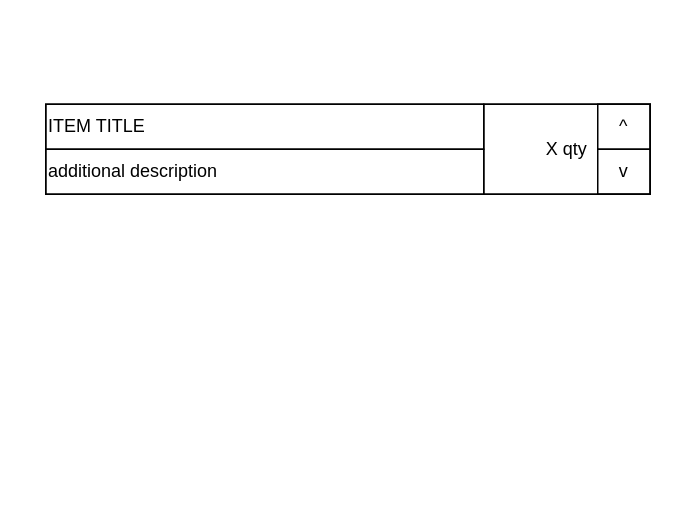
This is page "Shopping List Item View" (3 of 7) of docs/designs/SLO.MobileApp.Components.drawio from mooohi/SLO.MobileApp, a draw.io file, before an edit. Source tidied: cells renumbered, new cells numbered last; positions are measured from the earlier drawing's top-left corner, leaving out a move shared by most shapes. Both pictures are drawn from the tidied source at 150%, with x=0, y=0 at pixel (45, 104).
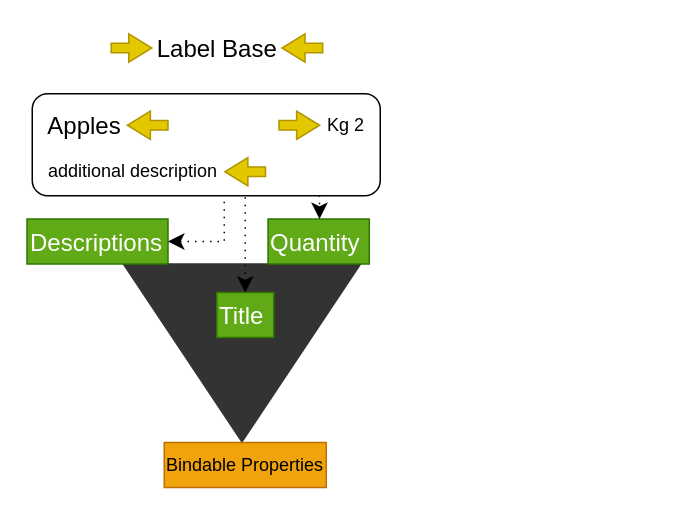
The same page after the edit.

Diff of the diagram source:
```diff
@@
-    <mxCell id="2" style="rounded=0;whiteSpace=wrap;html=1;fontFamily=Helvetica;fontSize=12;fontColor=default;labelBackgroundColor=default;" parent="1" vertex="1">
-      <mxGeometry width="403" height="60" as="geometry" />
-    </mxCell>
-    <mxCell id="3" value="ITEM TITLE" style="rounded=0;whiteSpace=wrap;html=1;fontFamily=Helvetica;fontSize=12;fontColor=default;labelBackgroundColor=default;fillColor=none;align=left;" parent="1" vertex="1">
-      <mxGeometry width="292" height="30" as="geometry" />
-    </mxCell>
-    <mxCell id="4" value="X qty" style="rounded=0;whiteSpace=wrap;html=1;fontFamily=Helvetica;fontSize=12;fontColor=default;labelBackgroundColor=default;fillColor=none;" parent="1" vertex="1">
-      <mxGeometry x="292" width="111" height="60" as="geometry" />
-    </mxCell>
+    <mxCell id="8" style="triangle;whiteSpace=wrap;html=1;fontFamily=Helvetica;fontSize=12;fontColor=default;labelBackgroundColor=default;rotation=90;gradientColor=#333333;fillColor=#333333;gradientDirection=west;strokeColor=none;" parent="1" vertex="1">
+      <mxGeometry x="70.8" y="86" width="120" height="160" as="geometry" />
+    </mxCell>
+    <mxCell id="9" value="Title" style="text;html=1;whiteSpace=wrap;strokeColor=#2D7600;fillColor=#60a917;align=left;verticalAlign=middle;rounded=0;fontSize=16;fontColor=#ffffff;" parent="1" vertex="1">
+      <mxGeometry x="114" y="125.5" width="38" height="30" as="geometry" />
+    </mxCell>
+    <mxCell id="10" value="Descriptions" style="text;html=1;whiteSpace=wrap;strokeColor=#2D7600;fillColor=#60a917;align=left;verticalAlign=middle;rounded=0;fontSize=16;fontColor=#ffffff;" parent="1" vertex="1">
+      <mxGeometry x="-12.5" y="76.5" width="94" height="30" as="geometry" />
+    </mxCell>
+    <mxCell id="11" value="Quantity" style="text;html=1;whiteSpace=wrap;strokeColor=#2D7600;fillColor=#60a917;align=left;verticalAlign=middle;rounded=0;fontSize=16;fontColor=#ffffff;" parent="1" vertex="1">
+      <mxGeometry x="148.2" y="76.5" width="67.5" height="30" as="geometry" />
+    </mxCell>
+    <mxCell id="12" style="edgeStyle=orthogonalEdgeStyle;shape=connector;rounded=0;jettySize=auto;html=1;entryX=1;entryY=0.5;entryDx=0;entryDy=0;strokeColor=default;align=center;verticalAlign=middle;fontFamily=Helvetica;fontSize=12;fontColor=default;labelBackgroundColor=default;startSize=8;endArrow=classic;endSize=8;exitX=1;exitY=0.5;exitDx=0;exitDy=0;dashed=1;dashPattern=1 4;" parent="1" edge="1" source="5" target="10">
+      <mxGeometry relative="1" as="geometry">
+        <Array as="points">
+          <mxPoint x="119.5" y="91.5" />
+        </Array>
+      </mxGeometry>
+    </mxCell>
+    <mxCell id="13" style="edgeStyle=orthogonalEdgeStyle;shape=connector;rounded=0;jettySize=auto;html=1;entryX=0.5;entryY=0;entryDx=0;entryDy=0;strokeColor=default;align=center;verticalAlign=middle;fontFamily=Helvetica;fontSize=12;fontColor=default;labelBackgroundColor=default;startSize=8;endArrow=classic;endSize=8;dashed=1;dashPattern=1 4;" parent="1" edge="1" source="19" target="9">
+      <mxGeometry relative="1" as="geometry" />
+    </mxCell>
+    <mxCell id="14" value="Bindable Properties" style="text;html=1;whiteSpace=wrap;strokeColor=#BD7000;fillColor=#f0a30a;align=center;verticalAlign=middle;rounded=0;fontSize=12;fontFamily=Helvetica;fontColor=#000000;labelBackgroundColor=none;" parent="1" vertex="1">
+      <mxGeometry x="79" y="225.5" width="108" height="30" as="geometry" />
+    </mxCell>
+    <mxCell id="15" style="edgeStyle=orthogonalEdgeStyle;shape=connector;rounded=0;jettySize=auto;html=1;strokeColor=default;align=center;verticalAlign=middle;fontFamily=Helvetica;fontSize=12;fontColor=default;labelBackgroundColor=default;startSize=8;endArrow=classic;endSize=8;dashed=1;dashPattern=1 4;" parent="1" edge="1" source="18" target="11">
+      <mxGeometry relative="1" as="geometry">
+        <Array as="points">
+          <mxPoint x="182.5" y="14.5" />
+        </Array>
+      </mxGeometry>
+    </mxCell>
+    <mxCell id="16" value="Label Base" style="text;html=1;whiteSpace=wrap;align=center;verticalAlign=middle;rounded=0;fontSize=16;" parent="1" vertex="1">
+      <mxGeometry x="70.8" y="-52.5" width="86.5" height="30" as="geometry" />
+    </mxCell>
+    <mxCell id="17" style="rounded=1;whiteSpace=wrap;html=1;" parent="1" vertex="1">
+      <mxGeometry x="-9" y="-7" width="232" height="68" as="geometry" />
+    </mxCell>
-    <mxCell id="5" value="additional description" style="rounded=0;whiteSpace=wrap;html=1;fontFamily=Helvetica;fontSize=12;fontColor=default;labelBackgroundColor=default;fillColor=none;align=left;" parent="1" vertex="1">
-      <mxGeometry y="30" width="292" height="30" as="geometry" />
+    <mxCell id="5" value="additional description" style="text;html=1;whiteSpace=wrap;strokeColor=none;fillColor=none;align=left;verticalAlign=middle;rounded=0;fontSize=12;" parent="1" vertex="1">
+      <mxGeometry y="30" width="119" height="30" as="geometry" />
     </mxCell>
-    <mxCell id="6" value="^" style="rounded=0;whiteSpace=wrap;html=1;fontFamily=Helvetica;fontSize=12;fontColor=default;labelBackgroundColor=default;fillColor=none;" parent="1" vertex="1">
-      <mxGeometry x="368" width="35" height="30" as="geometry" />
-    </mxCell>
-    <mxCell id="7" value="v" style="rounded=0;whiteSpace=wrap;html=1;fontFamily=Helvetica;fontSize=12;fontColor=default;labelBackgroundColor=default;fillColor=none;" parent="1" vertex="1">
-      <mxGeometry x="368" y="30" width="35" height="30" as="geometry" />
-    </mxCell>
+    <mxCell id="18" value="Kg 2" style="text;html=1;whiteSpace=wrap;strokeColor=none;fillColor=none;align=left;verticalAlign=middle;rounded=0;fontSize=12;" parent="1" vertex="1">
+      <mxGeometry x="185.8" y="-1" width="30" height="30" as="geometry" />
+    </mxCell>
+    <mxCell id="19" value="Apples" style="text;html=1;whiteSpace=wrap;strokeColor=none;fillColor=none;align=center;verticalAlign=middle;rounded=0;fontSize=16;" parent="1" vertex="1">
+      <mxGeometry x="-4" y="-1" width="60" height="30" as="geometry" />
+    </mxCell>
+    <mxCell id="20" style="html=1;shadow=0;dashed=0;align=center;verticalAlign=middle;shape=mxgraph.arrows2.arrow;dy=0.66;dx=15.35;notch=0;fontFamily=Helvetica;fontSize=12;fontColor=#000000;labelBackgroundColor=default;fillColor=#e3c800;strokeColor=#B09500;" parent="1" vertex="1">
+      <mxGeometry x="43.6" y="-47" width="27.1" height="19" as="geometry" />
+    </mxCell>
+    <mxCell id="21" style="html=1;shadow=0;dashed=0;align=center;verticalAlign=middle;shape=mxgraph.arrows2.arrow;dy=0.66;dx=15.35;notch=0;fontFamily=Helvetica;fontSize=12;fontColor=#000000;labelBackgroundColor=default;fillColor=#e3c800;strokeColor=#B09500;rotation=-180;" parent="1" vertex="1">
+      <mxGeometry x="157.5" y="-47" width="27.1" height="19" as="geometry" />
+    </mxCell>
+    <mxCell id="22" style="html=1;shadow=0;dashed=0;align=center;verticalAlign=middle;shape=mxgraph.arrows2.arrow;dy=0.66;dx=15.35;notch=0;fontFamily=Helvetica;fontSize=12;fontColor=#000000;labelBackgroundColor=default;fillColor=#e3c800;strokeColor=#B09500;rotation=-180;" parent="1" vertex="1">
+      <mxGeometry x="54.4" y="4.5" width="27.1" height="19" as="geometry" />
+    </mxCell>
+    <mxCell id="23" style="html=1;shadow=0;dashed=0;align=center;verticalAlign=middle;shape=mxgraph.arrows2.arrow;dy=0.66;dx=15.35;notch=0;fontFamily=Helvetica;fontSize=12;fontColor=#000000;labelBackgroundColor=default;fillColor=#e3c800;strokeColor=#B09500;" parent="1" vertex="1">
+      <mxGeometry x="155.5" y="4.5" width="27.1" height="19" as="geometry" />
+    </mxCell>
+    <mxCell id="24" style="html=1;shadow=0;dashed=0;align=center;verticalAlign=middle;shape=mxgraph.arrows2.arrow;dy=0.66;dx=15.35;notch=0;fontFamily=Helvetica;fontSize=12;fontColor=#000000;labelBackgroundColor=default;fillColor=#e3c800;strokeColor=#B09500;rotation=-180;" parent="1" vertex="1">
+      <mxGeometry x="119.4" y="35.5" width="27.1" height="19" as="geometry" />
+    </mxCell>
```
